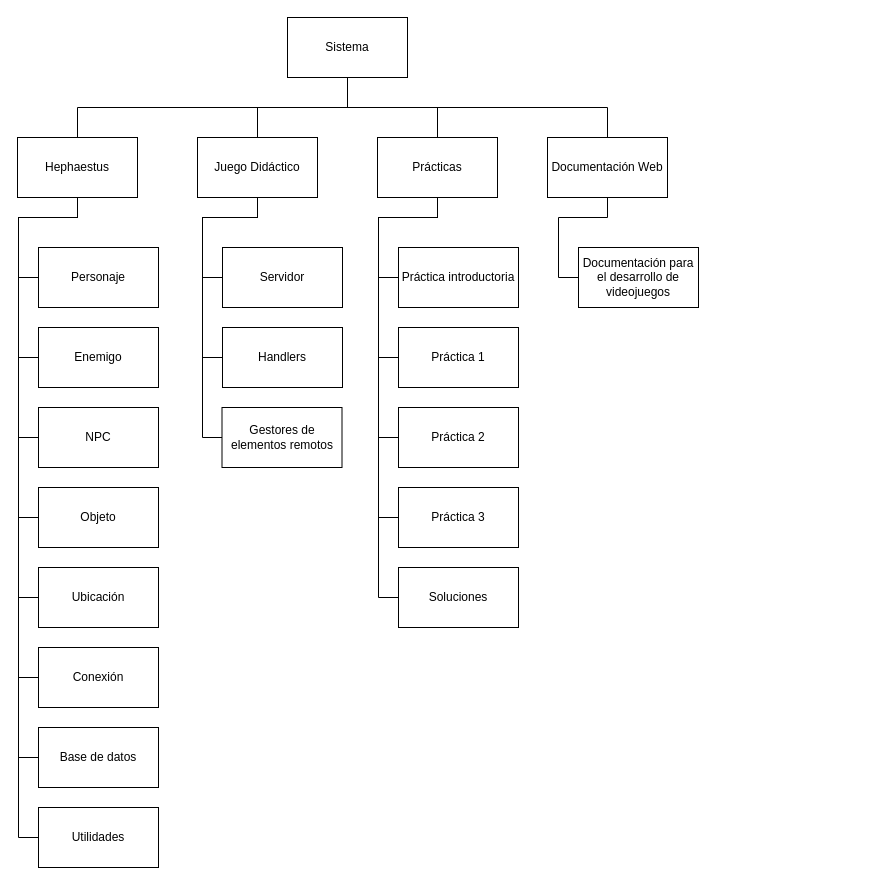
Earlier version of the draw.io diagram document/tex_files/mainmatter/chapter_2/images/pbs_diagram.drawio (ThAlsay/Hephaestus). Source tidied: cells renumbered, new cells numbered last; positions are measured from the earlier drawing's top-left corner, leaving out a move shared by most shapes. Both pictures are drawn from the tidied source at 100%, with x=0, y=0 at pixel (17, 17).
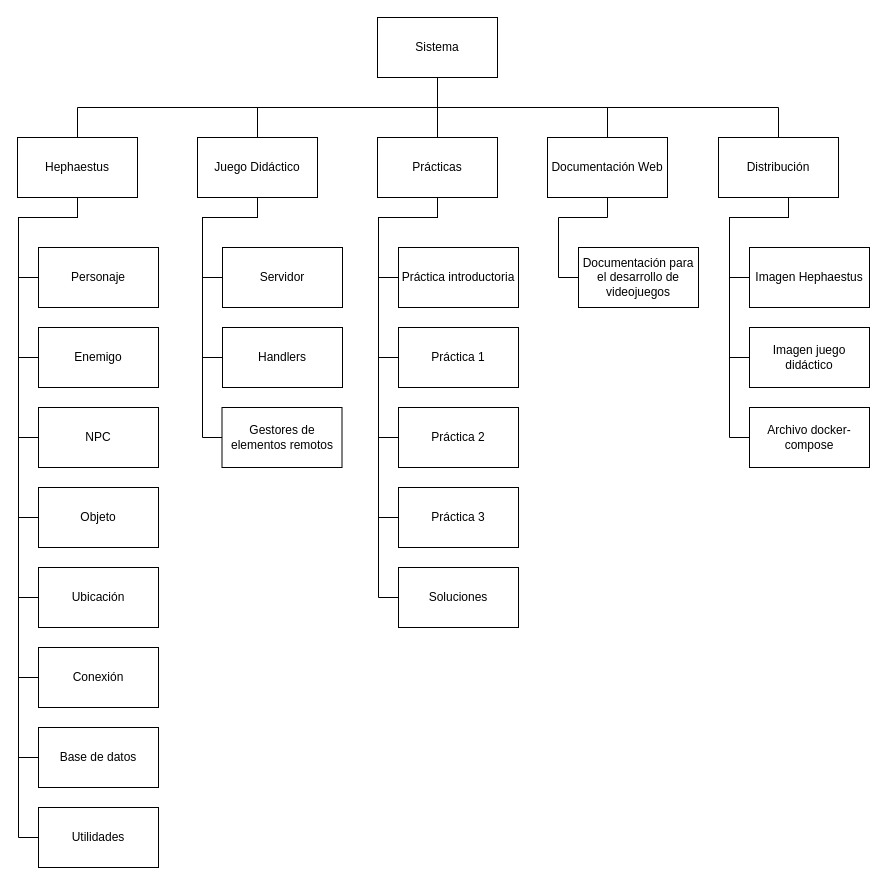
Above is the later version.

Unchanged cells that the change refers to:
```xml
<mxCell id="19" value="Juego Didáctico" style="rounded=0;whiteSpace=wrap;html=1;fillColor=none;" parent="1" vertex="1">
  <mxGeometry x="180" y="120" width="120" height="60" as="geometry" />
</mxCell>
```

What changed in the source:
```diff
@@
-    <mxCell id="3" style="edgeStyle=orthogonalEdgeStyle;rounded=0;jettySize=auto;html=1;entryX=0.5;entryY=0;entryDx=0;entryDy=0;endArrow=none;endFill=0;" parent="1" edge="1" source="6" target="19">
+    <mxCell id="3" style="edgeStyle=orthogonalEdgeStyle;rounded=0;jettySize=auto;html=1;entryX=0.5;entryY=0;entryDx=0;entryDy=0;endArrow=none;endFill=0;exitX=0.5;exitY=1;exitDx=0;exitDy=0;" parent="1" edge="1" source="6" target="19">
       <mxGeometry relative="1" as="geometry" />
     </mxCell>
@@
+    <mxCell id="45" style="edgeStyle=orthogonalEdgeStyle;rounded=0;jettySize=auto;html=1;entryX=0.5;entryY=0;entryDx=0;entryDy=0;exitX=0.5;exitY=1;exitDx=0;exitDy=0;endArrow=none;endFill=0;" parent="1" edge="1" source="6" target="49">
+      <mxGeometry relative="1" as="geometry" />
+    </mxCell>
     <mxCell id="6" value="Sistema" style="rounded=0;whiteSpace=wrap;html=1;fillColor=none;" parent="1" vertex="1">
-      <mxGeometry x="270" width="120" height="60" as="geometry" />
+      <mxGeometry x="360" width="120" height="60" as="geometry" />
     </mxCell>
@@
+    <mxCell id="46" style="edgeStyle=orthogonalEdgeStyle;rounded=0;jettySize=auto;html=1;entryX=0;entryY=0.5;entryDx=0;entryDy=0;endArrow=none;endFill=0;" parent="1" edge="1" source="49" target="50">
+      <mxGeometry relative="1" as="geometry">
+        <Array as="points">
+          <mxPoint x="771" y="200" />
+          <mxPoint x="712" y="200" />
+          <mxPoint x="712" y="260" />
+        </Array>
+      </mxGeometry>
+    </mxCell>
+    <mxCell id="47" style="edgeStyle=orthogonalEdgeStyle;rounded=0;jettySize=auto;html=1;entryX=0;entryY=0.5;entryDx=0;entryDy=0;endArrow=none;endFill=0;" parent="1" edge="1" source="49" target="51">
+      <mxGeometry relative="1" as="geometry">
+        <Array as="points">
+          <mxPoint x="771" y="200" />
+          <mxPoint x="712" y="200" />
+          <mxPoint x="712" y="340" />
+        </Array>
+      </mxGeometry>
+    </mxCell>
+    <mxCell id="48" style="edgeStyle=orthogonalEdgeStyle;rounded=0;jettySize=auto;html=1;entryX=0;entryY=0.5;entryDx=0;entryDy=0;endArrow=none;endFill=0;" parent="1" edge="1" source="49" target="52">
+      <mxGeometry relative="1" as="geometry">
+        <Array as="points">
+          <mxPoint x="771" y="200" />
+          <mxPoint x="712" y="200" />
+          <mxPoint x="712" y="420" />
+        </Array>
+      </mxGeometry>
+    </mxCell>
+    <mxCell id="49" value="Distribución" style="rounded=0;whiteSpace=wrap;html=1;fillColor=none;" parent="1" vertex="1">
+      <mxGeometry x="701" y="120" width="120" height="60" as="geometry" />
+    </mxCell>
+    <mxCell id="50" value="Imagen Hephaestus" style="rounded=0;whiteSpace=wrap;html=1;fillColor=none;" parent="1" vertex="1">
+      <mxGeometry x="732" y="230" width="120" height="60" as="geometry" />
+    </mxCell>
+    <mxCell id="51" value="Imagen juego didáctico" style="rounded=0;whiteSpace=wrap;html=1;fillColor=none;" parent="1" vertex="1">
+      <mxGeometry x="732" y="310" width="120" height="60" as="geometry" />
+    </mxCell>
+    <mxCell id="52" value="Archivo docker-compose" style="rounded=0;whiteSpace=wrap;html=1;fillColor=none;" parent="1" vertex="1">
+      <mxGeometry x="732" y="390" width="120" height="60" as="geometry" />
+    </mxCell>
```
